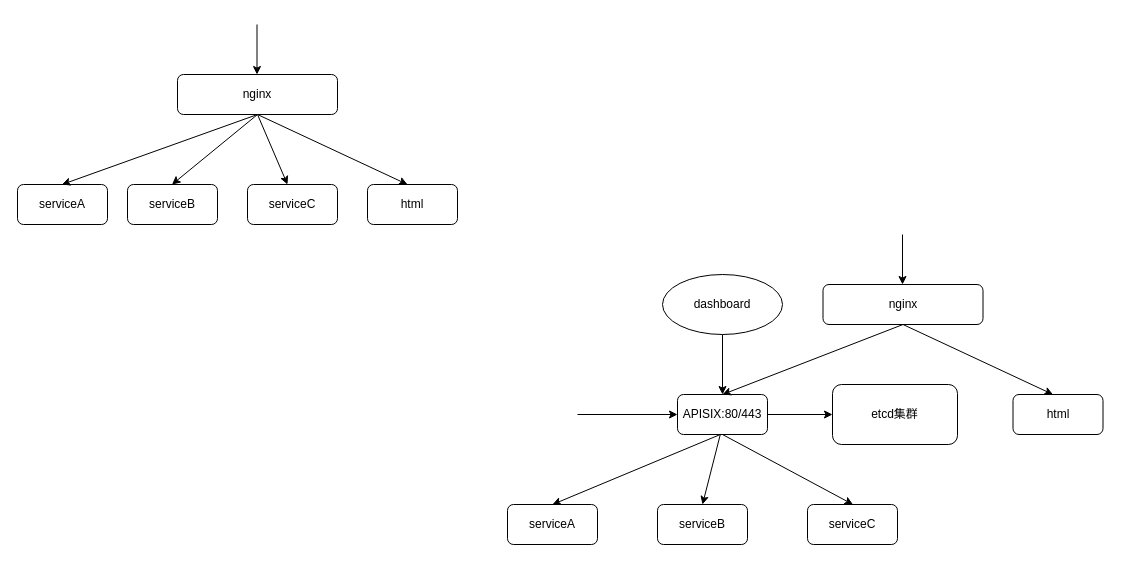
This is apisix.drawio from atlassianss/atlassianss.github.io, a draw.io file, before an edit. Source tidied: cells renumbered, new cells numbered last; positions are measured from the earlier drawing's top-left corner, leaving out a move shared by most shapes. Both pictures are drawn from the tidied source at 100%, with x=0, y=0 at pixel (17, 24).
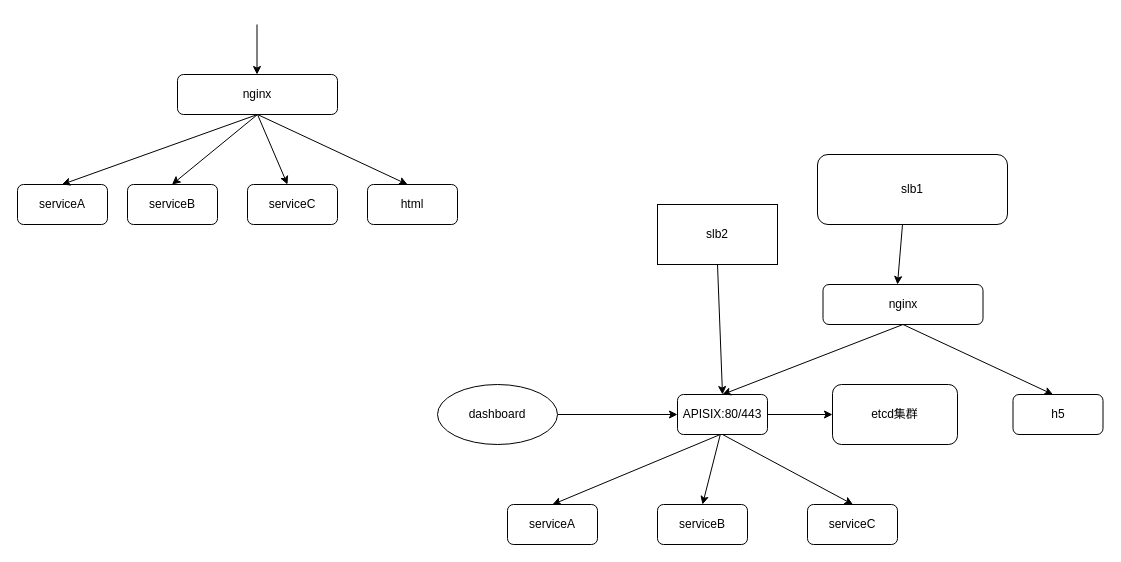
After the change.

The change refers to these unchanged cells:
```xml
<mxCell id="15" value="APISIX:80/443" style="rounded=1;whiteSpace=wrap;html=1;" parent="1" vertex="1">
  <mxGeometry x="660" y="370" width="90" height="40" as="geometry" />
</mxCell>
```

Change to the diagram source:
```diff
@@
-    <mxCell id="16" value="html" style="rounded=1;whiteSpace=wrap;html=1;" parent="1" vertex="1">
+    <mxCell id="16" value="h5" style="rounded=1;whiteSpace=wrap;html=1;" parent="1" vertex="1">
       <mxGeometry x="995.5" y="370" width="90" height="40" as="geometry" />
     </mxCell>
     <mxCell id="17" style="endArrow=classic;html=1;rounded=0;" parent="1" edge="1">
       <mxGeometry relative="1" as="geometry">
-        <mxPoint x="885" y="210" as="sourcePoint" />
-        <mxPoint x="885" y="260" as="targetPoint" />
+        <mxPoint x="885" y="200" as="sourcePoint" />
+        <mxPoint x="880" y="260" as="targetPoint" />
       </mxGeometry>
     </mxCell>
@@
-    <mxCell id="20" style="endArrow=classic;html=1;rounded=0;" parent="1" edge="1">
-      <mxGeometry relative="1" as="geometry">
-        <mxPoint x="560" y="390" as="sourcePoint" />
-        <mxPoint x="660" y="390" as="targetPoint" />
-      </mxGeometry>
+    <mxCell id="20" style="endArrow=classic;html=1;rounded=0;exitX=0.5;exitY=1;exitDx=0;exitDy=0;entryX=0.5;entryY=0;entryDx=0;entryDy=0;" parent="1" edge="1" source="30" target="15">
+      <mxGeometry relative="1" as="geometry" />
     </mxCell>
@@
     <mxCell id="27" value="dashboard" style="ellipse;whiteSpace=wrap;html=1;rounded=1;" parent="1" vertex="1">
-      <mxGeometry x="645" y="250" width="120" height="60" as="geometry" />
+      <mxGeometry x="420" y="360" width="120" height="60" as="geometry" />
     </mxCell>
@@
+    <mxCell id="29" value="slb1" style="rounded=1;whiteSpace=wrap;html=1;" parent="1" vertex="1">
+      <mxGeometry x="800" y="130" width="190" height="70" as="geometry" />
+    </mxCell>
+    <mxCell id="30" value="slb2" style="rounded=0;whiteSpace=wrap;html=1;" parent="1" vertex="1">
+      <mxGeometry x="640" y="180" width="120" height="60" as="geometry" />
+    </mxCell>
```
